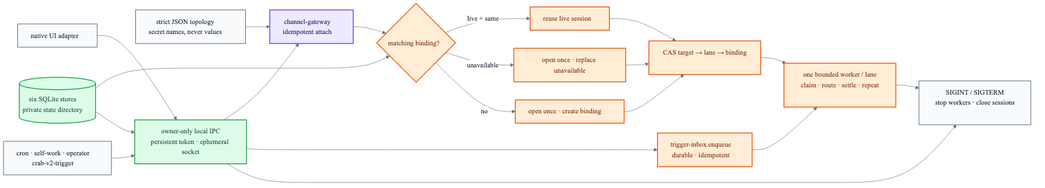
The Mermaid diagram v2/docs/runtime-startup-flow.png in fontanierh/crab, before a commit. Its source is kept beside it as v2/docs/runtime-startup-flow.mmd.
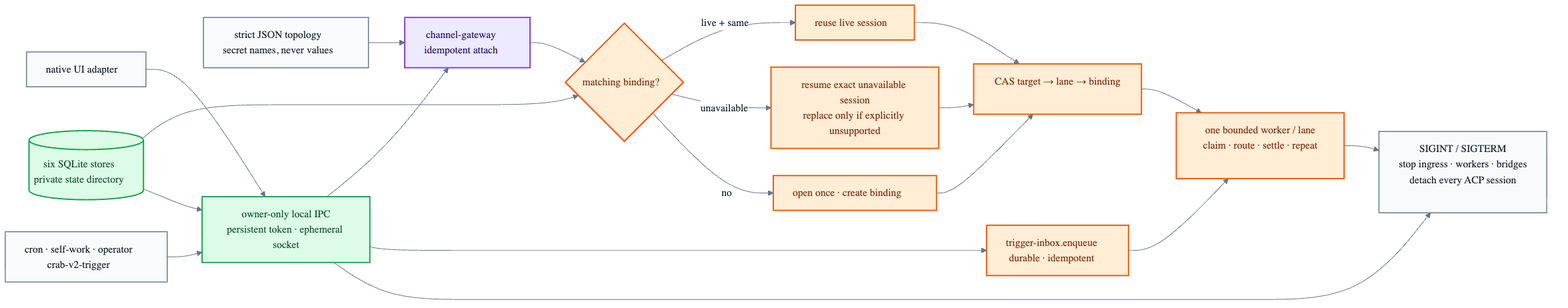
The same file after the commit.

What changed in the source:
```diff
@@ -9,11 +9,11 @@
     INBOX["trigger-inbox.enqueue<br/>durable · idempotent"]
     RECOVER{"matching binding?"}
     REUSE["reuse live session"]
-    REBIND["open once · replace unavailable"]
+    REBIND["resume exact unavailable session<br/>replace only if explicitly unsupported"]
     BIND["open once · create binding"]
     ROUTE["CAS target → lane → binding"]
     WORKER["one bounded worker / lane<br/>claim · route · settle · repeat"]
-    SIGNAL["SIGINT / SIGTERM<br/>stop workers · close sessions"]
+    SIGNAL["SIGINT / SIGTERM<br/>stop ingress · workers · bridges<br/>detach every ACP session"]
 
     CONFIG --> ATTACH
     UI --> IPC --> ATTACH
```
